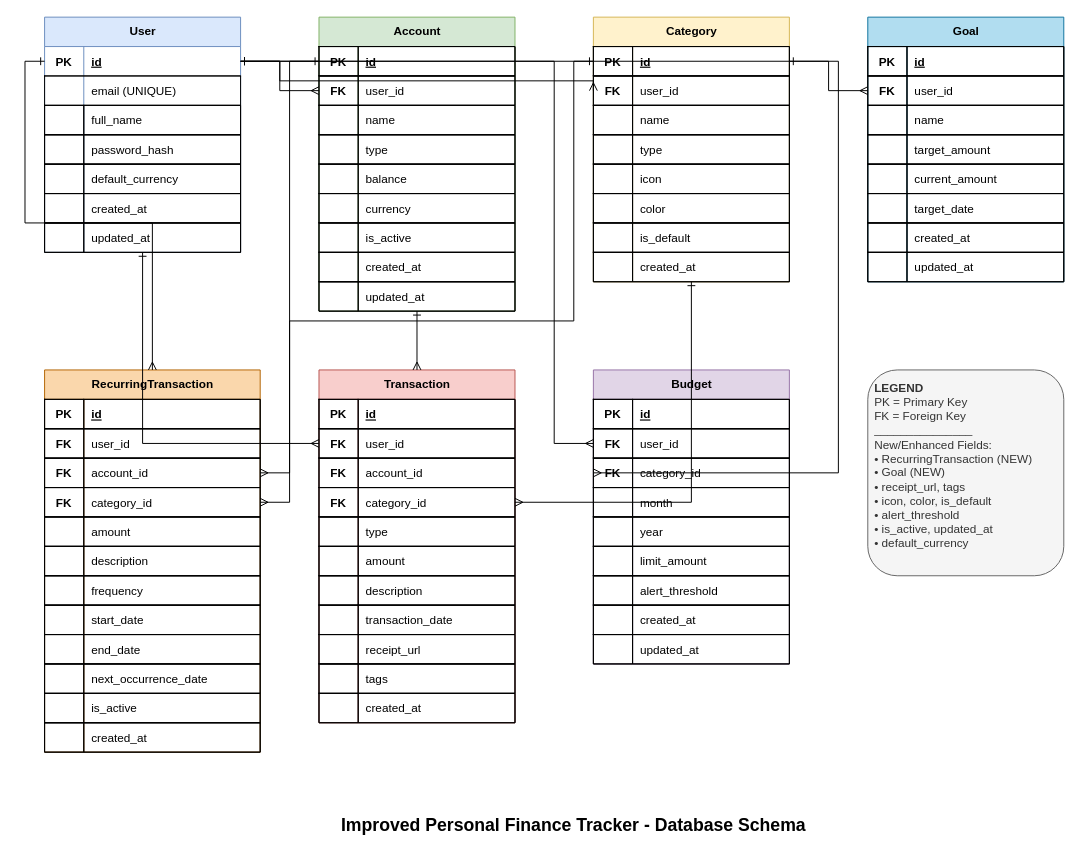
This is src/main/resources/uml/personal_finance_tracker.drawio from DardaMarMola/personal-finance-tracker, a draw.io file, before an edit. Source tidied: cells renumbered, new cells numbered last; positions are measured from the earlier drawing's top-left corner, leaving out a move shared by most shapes. Both pictures are drawn from the tidied source at 98%, with x=0, y=0 at pixel (44, 17).
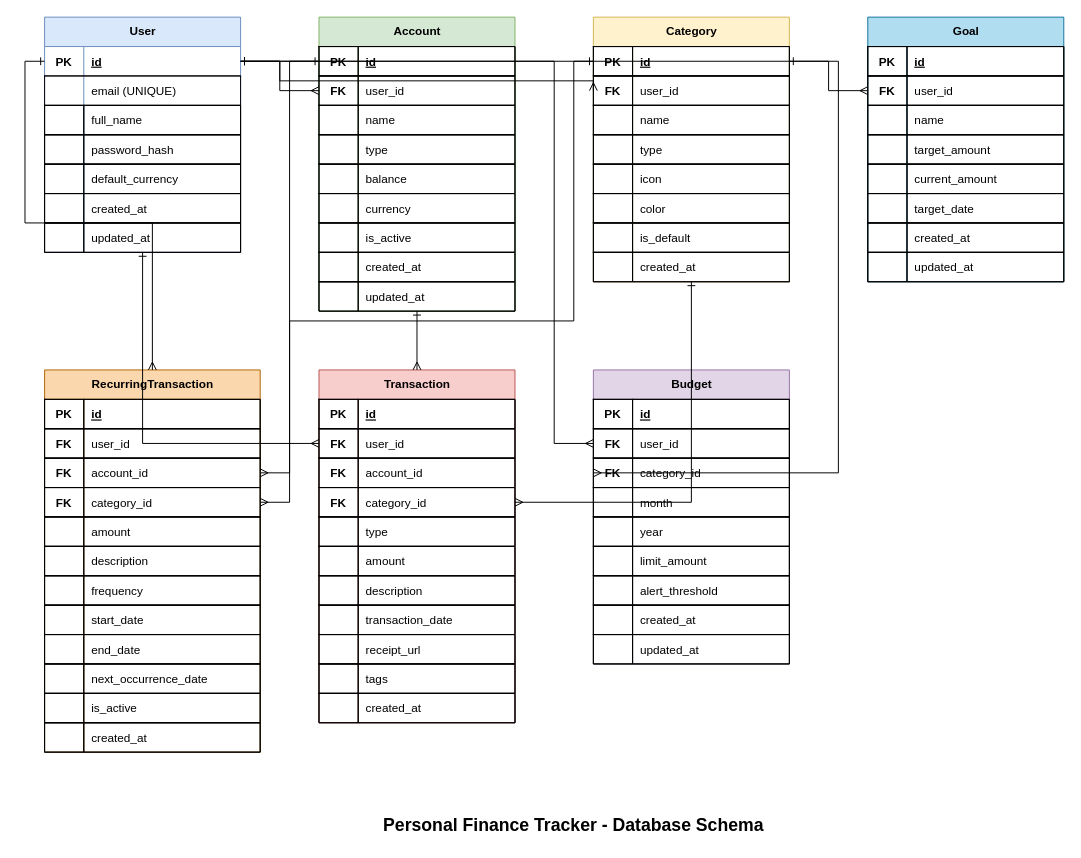
Above is the later version.

The edit, as a diff of the source:
```diff
@@
-    <mxCell id="212" value="&lt;b&gt;LEGEND&lt;/b&gt;&lt;br&gt;PK = Primary Key&lt;br&gt;FK = Foreign Key&lt;br&gt;_______________&lt;br&gt;New/Enhanced Fields:&lt;br&gt;• RecurringTransaction (NEW)&lt;br&gt;• Goal (NEW)&lt;br&gt;• receipt_url, tags&lt;br&gt;• icon, color, is_default&lt;br&gt;• alert_threshold&lt;br&gt;• is_active, updated_at&lt;br&gt;• default_currency" style="text;html=1;strokeColor=#666666;fillColor=#f5f5f5;align=left;verticalAlign=top;whiteSpace=wrap;rounded=1;fontColor=#333333;spacingLeft=5;spacingTop=5;" parent="1" vertex="1">
-      <mxGeometry x="840" y="360" width="200" height="210" as="geometry" />
-    </mxCell>
-    <mxCell id="213" value="&lt;font style=&quot;font-size: 18px;&quot;&gt;&lt;b&gt;Improved Personal Finance Tracker - Database Schema&lt;/b&gt;&lt;/font&gt;" style="text;html=1;strokeColor=none;fillColor=none;align=center;verticalAlign=middle;whiteSpace=wrap;rounded=0;" parent="1" vertex="1">
+    <mxCell id="213" value="&lt;font style=&quot;font-size: 18px;&quot;&gt;&lt;b&gt;Personal Finance Tracker - Database Schema&lt;/b&gt;&lt;/font&gt;" style="text;html=1;strokeColor=none;fillColor=none;align=center;verticalAlign=middle;whiteSpace=wrap;rounded=0;" parent="1" vertex="1">
       <mxGeometry x="240" y="810" width="600" height="30" as="geometry" />
     </mxCell>
```
